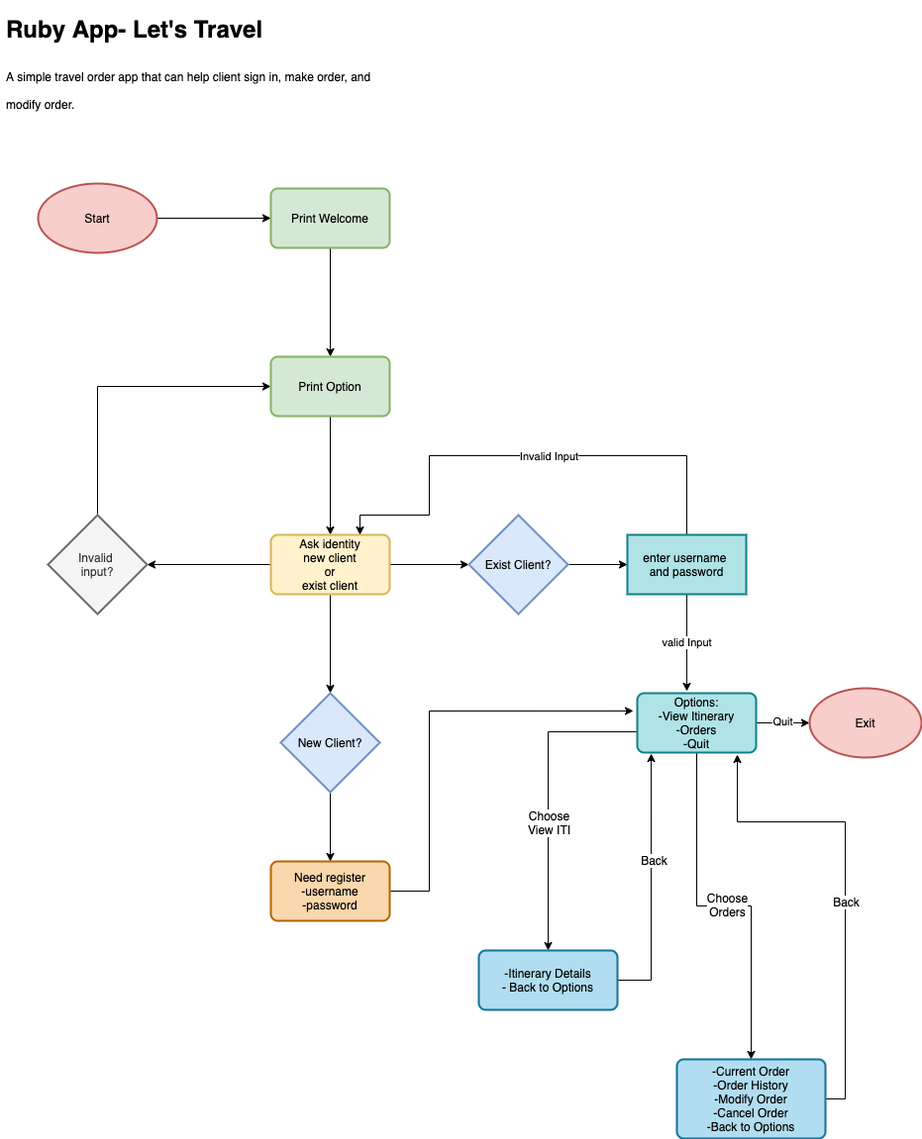
Above: docs/T1A3-Draft-Draw.png in lanceliumeng/Terminal_Application (draw.io), before the change. Source tidied: cells renumbered, new cells last; positions are measured from the earlier drawing's top-left corner, leaving out a move shared by most shapes. The source it was exported from:
```xml
<mxGraphModel>
  <root>
    <mxCell id="0" />
    <mxCell id="1" parent="0" />
    <mxCell id="2" value="&lt;h1&gt;&lt;span&gt;Ruby App- Let's Travel&lt;/span&gt;&lt;/h1&gt;&lt;h1&gt;&lt;span style=&quot;font-size: 12px ; font-weight: 400&quot;&gt;A simple travel order app that can help client sign in, make order, and modify order.&lt;/span&gt;&lt;/h1&gt;" style="text;html=1;strokeColor=none;fillColor=none;spacing=5;spacingTop=-20;whiteSpace=wrap;overflow=hidden;rounded=0;" parent="1" vertex="1">
      <mxGeometry x="-0.5" width="390" height="120" as="geometry" />
    </mxCell>
    <mxCell id="3" style="edgeStyle=orthogonalEdgeStyle;rounded=0;jettySize=auto;html=1;entryX=0.5;entryY=0;entryDx=0;entryDy=0;exitX=0.5;exitY=1;exitDx=0;exitDy=0;" parent="1" edge="1" source="25" target="24">
      <mxGeometry relative="1" as="geometry" />
    </mxCell>
    <mxCell id="4" style="edgeStyle=orthogonalEdgeStyle;rounded=0;jettySize=auto;html=1;entryX=0.5;entryY=0;entryDx=0;entryDy=0;exitX=0.5;exitY=1;exitDx=0;exitDy=0;" parent="1" edge="1" source="24" target="21">
      <mxGeometry relative="1" as="geometry" />
    </mxCell>
    <mxCell id="5" style="edgeStyle=orthogonalEdgeStyle;rounded=0;jettySize=auto;html=1;exitX=0.5;exitY=1;exitDx=0;exitDy=0;" parent="1" edge="1" source="21">
      <mxGeometry relative="1" as="geometry">
        <mxPoint x="332" y="690" as="targetPoint" />
      </mxGeometry>
    </mxCell>
    <mxCell id="6" style="edgeStyle=orthogonalEdgeStyle;rounded=0;jettySize=auto;html=1;exitX=0;exitY=0.5;exitDx=0;exitDy=0;entryX=1;entryY=0.5;entryDx=0;entryDy=0;entryPerimeter=0;" parent="1" edge="1" source="21" target="23">
      <mxGeometry relative="1" as="geometry" />
    </mxCell>
    <mxCell id="7" style="edgeStyle=orthogonalEdgeStyle;rounded=0;jettySize=auto;html=1;fontSize=12;entryX=0;entryY=0.5;entryDx=0;entryDy=0;entryPerimeter=0;exitX=1;exitY=0.5;exitDx=0;exitDy=0;" parent="1" edge="1" source="21" target="20">
      <mxGeometry relative="1" as="geometry" />
    </mxCell>
    <mxCell id="8" style="edgeStyle=orthogonalEdgeStyle;rounded=0;jettySize=auto;html=1;exitX=0.5;exitY=1;exitDx=0;exitDy=0;exitPerimeter=0;" parent="1" edge="1" source="13">
      <mxGeometry relative="1" as="geometry">
        <mxPoint x="332" y="860" as="targetPoint" />
      </mxGeometry>
    </mxCell>
    <mxCell id="9" style="edgeStyle=orthogonalEdgeStyle;rounded=0;jettySize=auto;html=1;fontSize=12;entryX=-0.033;entryY=0.133;entryDx=0;entryDy=0;entryPerimeter=0;exitX=1;exitY=0.5;exitDx=0;exitDy=0;" parent="1" edge="1" source="12">
      <mxGeometry relative="1" as="geometry">
        <mxPoint x="638" y="708" as="targetPoint" />
        <Array as="points">
          <mxPoint x="432" y="890" />
          <mxPoint x="432" y="708" />
        </Array>
      </mxGeometry>
    </mxCell>
    <mxCell id="10" style="edgeStyle=orthogonalEdgeStyle;rounded=0;jettySize=auto;html=1;fontSize=12;exitX=0.008;exitY=0.65;exitDx=0;exitDy=0;exitPerimeter=0;entryX=0.5;entryY=0;entryDx=0;entryDy=0;" parent="1" edge="1" source="18" target="30">
      <mxGeometry relative="1" as="geometry" />
    </mxCell>
    <mxCell id="11" value="Choose&lt;br&gt;View ITI" style="edgeLabel;html=1;align=center;verticalAlign=middle;fontSize=12;" parent="10" vertex="1">
      <mxGeometry x="-0.01" y="1" relative="1" as="geometry">
        <mxPoint x="-1" y="27" as="offset" />
      </mxGeometry>
    </mxCell>
    <mxCell id="12" value="&lt;span&gt;Need register&lt;/span&gt;&lt;br&gt;&lt;span&gt;-username&lt;/span&gt;&lt;br&gt;&lt;span&gt;-password&lt;/span&gt;" style="rounded=1;whiteSpace=wrap;html=1;absoluteArcSize=1;arcSize=14;strokeWidth=2;fontSize=12;fillColor=#fad7ac;strokeColor=#b46504;" parent="1" vertex="1">
      <mxGeometry x="272" y="860" width="120" height="60" as="geometry" />
    </mxCell>
    <mxCell id="13" value="&lt;span style=&quot;color: rgb(0 , 0 , 0) ; font-family: &amp;#34;helvetica&amp;#34; ; font-size: 12px ; font-style: normal ; font-weight: 400 ; letter-spacing: normal ; text-align: center ; text-indent: 0px ; text-transform: none ; word-spacing: 0px ; display: inline ; float: none&quot;&gt;New Client?&lt;/span&gt;" style="strokeWidth=2;html=1;shape=mxgraph.flowchart.decision;whiteSpace=wrap;fontSize=12;fillColor=#dae8fc;strokeColor=#6c8ebf;" parent="1" vertex="1">
      <mxGeometry x="282" y="690" width="100" height="100" as="geometry" />
    </mxCell>
    <mxCell id="14" style="edgeStyle=orthogonalEdgeStyle;rounded=0;jettySize=auto;html=1;entryX=0.5;entryY=0;entryDx=0;entryDy=0;fontSize=12;" parent="1" edge="1" source="18" target="33">
      <mxGeometry relative="1" as="geometry" />
    </mxCell>
    <mxCell id="15" value="Choose&lt;br&gt;Orders" style="edgeLabel;html=1;align=center;verticalAlign=middle;fontSize=12;" parent="14" vertex="1">
      <mxGeometry x="0.01" y="2" relative="1" as="geometry" />
    </mxCell>
    <mxCell id="16" style="edgeStyle=orthogonalEdgeStyle;rounded=0;jettySize=auto;html=1;entryX=0;entryY=0.5;entryDx=0;entryDy=0;entryPerimeter=0;fontSize=12;" parent="1" edge="1" source="18" target="34">
      <mxGeometry relative="1" as="geometry" />
    </mxCell>
    <mxCell id="17" value="Quit" style="edgeLabel;html=1;align=center;verticalAlign=middle;" parent="16" vertex="1">
      <mxGeometry x="-0.04" y="2" relative="1" as="geometry" />
    </mxCell>
    <mxCell id="18" value="Options:&lt;br&gt;-View Itinerary&lt;br&gt;-Orders&lt;br&gt;-Quit" style="rounded=1;whiteSpace=wrap;html=1;absoluteArcSize=1;arcSize=14;strokeWidth=2;fontSize=12;fillColor=#b0e3e6;strokeColor=#0e8088;" parent="1" vertex="1">
      <mxGeometry x="642" y="690" width="120" height="60" as="geometry" />
    </mxCell>
    <mxCell id="19" style="edgeStyle=orthogonalEdgeStyle;rounded=0;jettySize=auto;html=1;" parent="1" edge="1" source="20" target="38">
      <mxGeometry relative="1" as="geometry" />
    </mxCell>
    <mxCell id="20" value="Exist Client?" style="strokeWidth=2;html=1;shape=mxgraph.flowchart.decision;whiteSpace=wrap;fontSize=12;fillColor=#dae8fc;strokeColor=#6c8ebf;" parent="1" vertex="1">
      <mxGeometry x="472" y="510" width="100" height="100" as="geometry" />
    </mxCell>
    <mxCell id="21" value="Ask identity&lt;br&gt;new client&lt;br&gt;or&lt;br&gt;exist client" style="rounded=1;whiteSpace=wrap;html=1;absoluteArcSize=1;arcSize=14;strokeWidth=2;fontSize=12;fillColor=#fff2cc;strokeColor=#d6b656;" parent="1" vertex="1">
      <mxGeometry x="272" y="530" width="120" height="60" as="geometry" />
    </mxCell>
    <mxCell id="22" style="edgeStyle=orthogonalEdgeStyle;rounded=0;jettySize=auto;html=1;fontSize=12;entryX=0;entryY=0.5;entryDx=0;entryDy=0;" parent="1" edge="1" source="23">
      <mxGeometry relative="1" as="geometry">
        <mxPoint x="272" y="380" as="targetPoint" />
        <Array as="points">
          <mxPoint x="97" y="380" />
        </Array>
      </mxGeometry>
    </mxCell>
    <mxCell id="23" value="Invalid&amp;nbsp;&lt;br&gt;input?" style="strokeWidth=2;html=1;shape=mxgraph.flowchart.decision;whiteSpace=wrap;fontSize=12;fillColor=#f5f5f5;strokeColor=#666666;fontColor=#333333;" parent="1" vertex="1">
      <mxGeometry x="47" y="510" width="100" height="100" as="geometry" />
    </mxCell>
    <mxCell id="24" value="Print Option" style="rounded=1;whiteSpace=wrap;html=1;absoluteArcSize=1;arcSize=14;strokeWidth=2;fontSize=12;fillColor=#d5e8d4;strokeColor=#82b366;" parent="1" vertex="1">
      <mxGeometry x="272" y="350" width="120" height="60" as="geometry" />
    </mxCell>
    <mxCell id="25" value="Print Welcome" style="rounded=1;whiteSpace=wrap;html=1;absoluteArcSize=1;arcSize=14;strokeWidth=2;fontSize=12;fillColor=#d5e8d4;strokeColor=#82b366;" parent="1" vertex="1">
      <mxGeometry x="272" y="180" width="120" height="60" as="geometry" />
    </mxCell>
    <mxCell id="26" style="edgeStyle=orthogonalEdgeStyle;rounded=0;jettySize=auto;html=1;entryX=0;entryY=0.5;entryDx=0;entryDy=0;fontSize=12;" parent="1" edge="1" source="27" target="25">
      <mxGeometry relative="1" as="geometry" />
    </mxCell>
    <mxCell id="27" value="Start" style="strokeWidth=2;html=1;shape=mxgraph.flowchart.start_1;whiteSpace=wrap;fontSize=12;fillColor=#f8cecc;strokeColor=#b85450;" parent="1" vertex="1">
      <mxGeometry x="37" y="175" width="120" height="70" as="geometry" />
    </mxCell>
    <mxCell id="28" style="edgeStyle=orthogonalEdgeStyle;rounded=0;jettySize=auto;html=1;entryX=0.117;entryY=1.017;entryDx=0;entryDy=0;entryPerimeter=0;fontSize=12;" parent="1" edge="1" source="30" target="18">
      <mxGeometry relative="1" as="geometry" />
    </mxCell>
    <mxCell id="29" value="Back" style="edgeLabel;html=1;align=center;verticalAlign=middle;fontSize=12;" parent="28" vertex="1">
      <mxGeometry x="0.19" y="-2" relative="1" as="geometry" />
    </mxCell>
    <mxCell id="30" value="-Itinerary Details&lt;br&gt;- Back to Options" style="rounded=1;whiteSpace=wrap;html=1;absoluteArcSize=1;arcSize=14;strokeWidth=2;fontSize=12;fillColor=#b1ddf0;strokeColor=#10739e;" parent="1" vertex="1">
      <mxGeometry x="482" y="950" width="140" height="60" as="geometry" />
    </mxCell>
    <mxCell id="31" style="edgeStyle=orthogonalEdgeStyle;rounded=0;jettySize=auto;html=1;fontSize=12;entryX=0.842;entryY=1.033;entryDx=0;entryDy=0;entryPerimeter=0;" parent="1" edge="1" source="33" target="18">
      <mxGeometry relative="1" as="geometry">
        <Array as="points">
          <mxPoint x="852" y="1100" />
          <mxPoint x="852" y="820" />
          <mxPoint x="743" y="820" />
        </Array>
      </mxGeometry>
    </mxCell>
    <mxCell id="32" value="Back" style="edgeLabel;html=1;align=center;verticalAlign=middle;fontSize=12;" parent="31" vertex="1">
      <mxGeometry x="-0.2" relative="1" as="geometry">
        <mxPoint y="-29" as="offset" />
      </mxGeometry>
    </mxCell>
    <mxCell id="33" value="-Current Order&lt;br&gt;-Order History&lt;br&gt;-Modify Order&lt;br&gt;-Cancel Order&lt;br&gt;-Back to Options" style="rounded=1;whiteSpace=wrap;html=1;absoluteArcSize=1;arcSize=14;strokeWidth=2;fontSize=12;fillColor=#b1ddf0;strokeColor=#10739e;" parent="1" vertex="1">
      <mxGeometry x="682" y="1060" width="150" height="80" as="geometry" />
    </mxCell>
    <mxCell id="34" value="Exit" style="strokeWidth=2;html=1;shape=mxgraph.flowchart.start_1;whiteSpace=wrap;fontSize=12;fillColor=#f8cecc;strokeColor=#b85450;" parent="1" vertex="1">
      <mxGeometry x="816" y="685" width="113" height="70" as="geometry" />
    </mxCell>
    <mxCell id="35" value="valid Input" style="edgeStyle=orthogonalEdgeStyle;rounded=0;jettySize=auto;html=1;entryX=0.417;entryY=-0.033;entryDx=0;entryDy=0;entryPerimeter=0;" parent="1" edge="1" source="38" target="18">
      <mxGeometry relative="1" as="geometry" />
    </mxCell>
    <mxCell id="36" style="edgeStyle=orthogonalEdgeStyle;rounded=0;jettySize=auto;html=1;" parent="1" edge="1" source="38" target="21">
      <mxGeometry relative="1" as="geometry">
        <Array as="points">
          <mxPoint x="692" y="450" />
          <mxPoint x="432" y="450" />
          <mxPoint x="432" y="510" />
          <mxPoint x="362" y="510" />
        </Array>
      </mxGeometry>
    </mxCell>
    <mxCell id="37" value="Invalid Input" style="edgeLabel;html=1;align=center;verticalAlign=middle;" parent="36" vertex="1">
      <mxGeometry x="-0.1" relative="1" as="geometry" />
    </mxCell>
    <mxCell id="38" value="enter username&amp;nbsp;&lt;br&gt;and password" style="whiteSpace=wrap;html=1;strokeColor=#0e8088;strokeWidth=2;fillColor=#b0e3e6;" parent="1" vertex="1">
      <mxGeometry x="632" y="530" width="120" height="60" as="geometry" />
    </mxCell>
  </root>
</mxGraphModel>
```
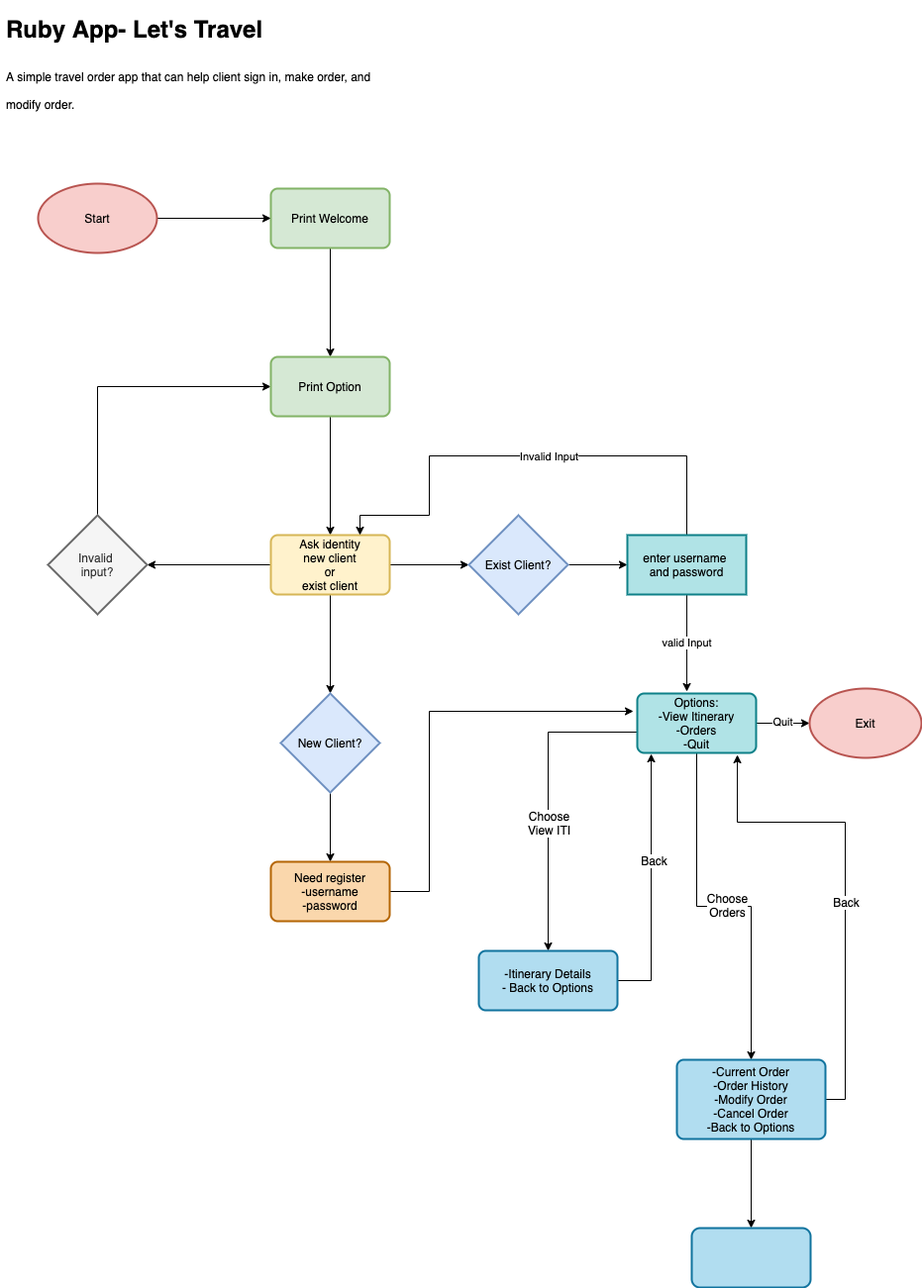
The same diagram one commit later.

Commit message:
update tty code and welcome in main rb file

The edit, as a diff of the source:
```diff
@@ -120,6 +120,9 @@
         <mxPoint y="-29" as="offset" />
       </mxGeometry>
     </mxCell>
+    <mxCell id="39" style="edgeStyle=orthogonalEdgeStyle;rounded=0;jettySize=auto;html=1;" parent="1" edge="1" source="33" target="40">
+      <mxGeometry relative="1" as="geometry" />
+    </mxCell>
     <mxCell id="33" value="-Current Order&lt;br&gt;-Order History&lt;br&gt;-Modify Order&lt;br&gt;-Cancel Order&lt;br&gt;-Back to Options" style="rounded=1;whiteSpace=wrap;html=1;absoluteArcSize=1;arcSize=14;strokeWidth=2;fontSize=12;fillColor=#b1ddf0;strokeColor=#10739e;" parent="1" vertex="1">
       <mxGeometry x="682" y="1060" width="150" height="80" as="geometry" />
     </mxCell>
@@ -145,5 +148,8 @@
     <mxCell id="38" value="enter username&amp;nbsp;&lt;br&gt;and password" style="whiteSpace=wrap;html=1;strokeColor=#0e8088;strokeWidth=2;fillColor=#b0e3e6;" parent="1" vertex="1">
       <mxGeometry x="632" y="530" width="120" height="60" as="geometry" />
     </mxCell>
+    <mxCell id="40" style="whiteSpace=wrap;html=1;rounded=1;strokeColor=#10739e;strokeWidth=2;fillColor=#b1ddf0;arcSize=14;" parent="1" vertex="1">
+      <mxGeometry x="697" y="1230" width="120" height="60" as="geometry" />
+    </mxCell>
   </root>
 </mxGraphModel>
```
